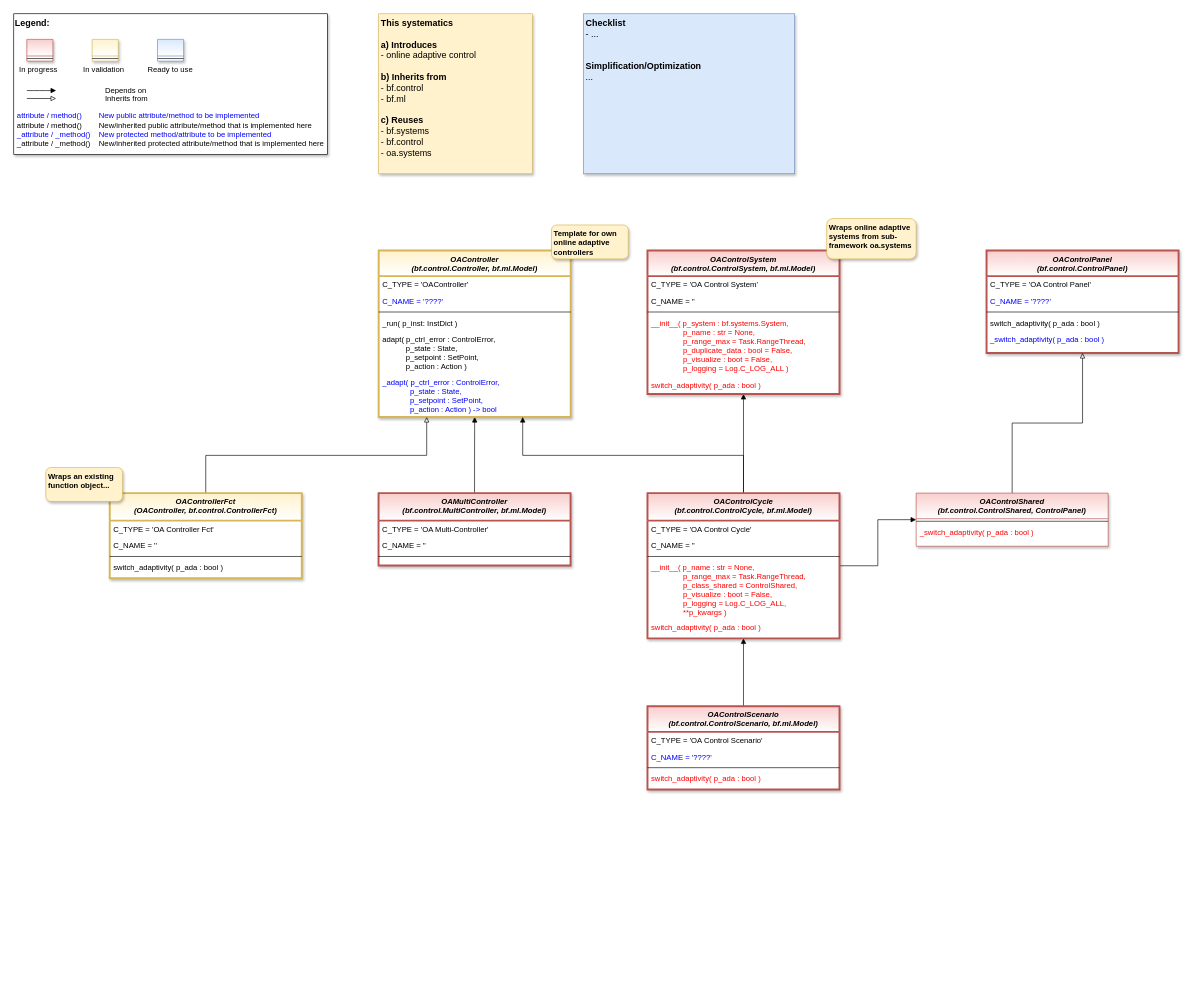
This is doc/rtd/content/99_appendices/appendix2/sub/core/mlpro_oa/control/images/MLPro-OA-Control_class_diagram.drawio from fhswf/MLPro, a draw.io file, before an edit. Source tidied: cells renumbered, new cells numbered last; positions are measured from the earlier drawing's top-left corner, leaving out a move shared by most shapes. Both pictures are drawn from the tidied source at 64%, with x=0, y=0 at pixel (13, 13).
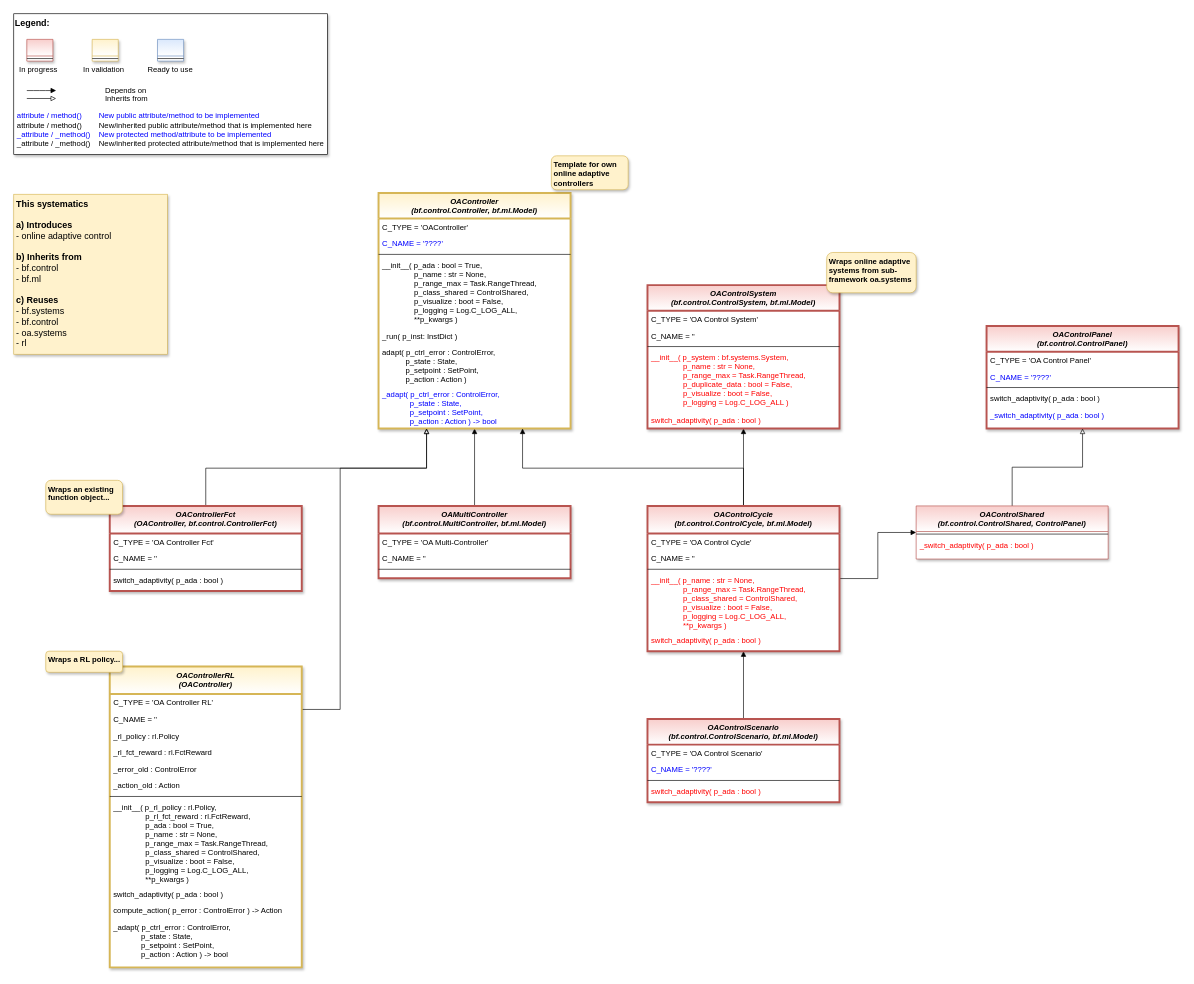
After the change.

Commit message (it also covers changes not shown here):
OA: Basics of online adaptive closed-loop control #1047

The edit, as a diff of the source:
```diff
@@
     <mxCell id="3" value="OAMultiController&#10;(bf.control.MultiController, bf.ml.Model)" style="swimlane;fontStyle=3;align=center;verticalAlign=top;horizontal=1;startSize=43;rounded=0;shadow=1;strokeWidth=3;fillColor=#f8cecc;strokeColor=#b85450;swimlaneFillColor=#ffffff;gradientColor=#FFFFFF;" parent="1" vertex="1">
-      <mxGeometry x="570" y="749" width="300" height="113" as="geometry" />
+      <mxGeometry x="570" y="769" width="300" height="113" as="geometry" />
     </mxCell>
@@
     <mxCell id="8" value="OAControlScenario &#10;(bf.control.ControlScenario, bf.ml.Model)" style="swimlane;fontStyle=3;align=center;verticalAlign=top;horizontal=1;startSize=40;rounded=0;shadow=1;strokeWidth=3;fillColor=#f8cecc;strokeColor=#b85450;swimlaneFillColor=#ffffff;gradientColor=#FFFFFF;" parent="1" vertex="1">
-      <mxGeometry x="990.2" y="1082" width="300" height="130" as="geometry" />
+      <mxGeometry x="990.2" y="1102" width="300" height="130" as="geometry" />
     </mxCell>
@@
     <mxCell id="13" value="OAController &#10;(bf.control.Controller, bf.ml.Model)" style="swimlane;fontStyle=3;align=center;verticalAlign=top;horizontal=1;startSize=40;rounded=0;shadow=1;strokeWidth=3;fillColor=#fff2cc;strokeColor=#d6b656;swimlaneFillColor=#ffffff;gradientColor=#FFFFFF;" parent="1" vertex="1">
-      <mxGeometry x="570.2" y="370" width="300" height="260" as="geometry" />
+      <mxGeometry x="570" y="280" width="300" height="368" as="geometry" />
     </mxCell>
@@
+    <mxCell id="65" value="__init__( p_ada : bool = True,&#10;               p_name : str = None,&#10;               p_range_max = Task.RangeThread,&#10;               p_class_shared = ControlShared,&#10;               p_visualize : boot = False,&#10;               p_logging = Log.C_LOG_ALL,&#10;               **p_kwargs )" style="text;align=left;verticalAlign=top;spacingLeft=4;spacingRight=4;overflow=hidden;fontColor=default;" parent="13" vertex="1">
+      <mxGeometry y="100" width="300" height="110" as="geometry" />
+    </mxCell>
     <mxCell id="17" value="_run( p_inst: InstDict )" style="text;align=left;verticalAlign=top;spacingLeft=4;spacingRight=4;overflow=hidden;fontColor=default;" parent="13" vertex="1">
-      <mxGeometry y="100" width="300" height="26" as="geometry" />
+      <mxGeometry y="210" width="300" height="26" as="geometry" />
     </mxCell>
     <mxCell id="18" value="adapt( p_ctrl_error : ControlError,&#10;           p_state : State,&#10;           p_setpoint : SetPoint,&#10;           p_action : Action )" style="text;align=left;verticalAlign=top;spacingLeft=4;spacingRight=4;overflow=hidden;fontColor=default;" parent="13" vertex="1">
-      <mxGeometry y="126" width="300" height="66" as="geometry" />
+      <mxGeometry y="236" width="300" height="66" as="geometry" />
     </mxCell>
     <mxCell id="19" value="_adapt( p_ctrl_error : ControlError,&#10;             p_state : State,&#10;             p_setpoint : SetPoint,&#10;             p_action : Action ) -&gt; bool" style="text;align=left;verticalAlign=top;spacingLeft=4;spacingRight=4;overflow=hidden;fontColor=#0000FF;" parent="13" vertex="1">
-      <mxGeometry y="192" width="300" height="66" as="geometry" />
+      <mxGeometry y="302" width="300" height="66" as="geometry" />
     </mxCell>
     <mxCell id="20" style="edgeStyle=orthogonalEdgeStyle;rounded=0;jettySize=auto;html=1;fontColor=#FF0000;endArrow=block;endFill=1;entryX=0.75;entryY=1;entryDx=0;entryDy=0;" parent="1" edge="1" source="23" target="13">
       <mxGeometry relative="1" as="geometry">
         <Array as="points">
-          <mxPoint x="1140" y="690" />
-          <mxPoint x="795" y="690" />
+          <mxPoint x="1140" y="710" />
+          <mxPoint x="795" y="710" />
         </Array>
       </mxGeometry>
     </mxCell>
@@
     <mxCell id="23" value="OAControlCycle &#10;(bf.control.ControlCycle, bf.ml.Model)" style="swimlane;fontStyle=3;align=center;verticalAlign=top;horizontal=1;startSize=43;rounded=0;shadow=1;strokeWidth=3;fillColor=#f8cecc;strokeColor=#b85450;swimlaneFillColor=#ffffff;gradientColor=#FFFFFF;" parent="1" vertex="1">
-      <mxGeometry x="990.2" y="749" width="300" height="227" as="geometry" />
+      <mxGeometry x="990.2" y="769" width="300" height="227" as="geometry" />
     </mxCell>
@@
     <mxCell id="29" value="&lt;b style=&quot;border-color: var(--border-color);&quot;&gt;Template for own online adaptive controllers&lt;/b&gt;" style="rounded=1;whiteSpace=wrap;html=1;align=left;spacingLeft=2;verticalAlign=top;fillColor=#fff2cc;strokeColor=#d6b656;gradientColor=none;shadow=1;" parent="1" vertex="1">
-      <mxGeometry x="840.2" y="330" width="120" height="53" as="geometry" />
+      <mxGeometry x="840" y="222" width="120" height="53" as="geometry" />
     </mxCell>
@@
-    <mxCell id="39" value="&lt;span style=&quot;border-color: var(--border-color); font-size: 14px;&quot;&gt;&lt;b style=&quot;font-size: 14px;&quot;&gt;This systematics&amp;nbsp;&lt;/b&gt;&lt;br style=&quot;font-size: 14px;&quot;&gt;&lt;br style=&quot;font-size: 14px;&quot;&gt;&lt;span style=&quot;font-size: 14px;&quot;&gt;&lt;b&gt;a) Introduces&lt;/b&gt;&lt;br&gt;- online adaptive control&lt;br&gt;&lt;br&gt;&lt;b&gt;b) Inherits from&lt;/b&gt;&lt;br style=&quot;font-size: 14px;&quot;&gt;&lt;/span&gt;- bf.control&lt;br style=&quot;font-size: 14px;&quot;&gt;- bf.ml&lt;br&gt;&lt;br style=&quot;font-size: 14px;&quot;&gt;&lt;b style=&quot;font-size: 14px;&quot;&gt;c) Reuses&lt;/b&gt;&lt;br style=&quot;font-size: 14px;&quot;&gt;- bf.systems&lt;br&gt;- bf.control&lt;br&gt;- oa.systems&lt;br style=&quot;font-size: 14px;&quot;&gt;&lt;br style=&quot;font-size: 14px;&quot;&gt;&lt;/span&gt;" style="rounded=0;whiteSpace=wrap;html=1;align=left;spacingLeft=2;verticalAlign=top;fillColor=#fff2cc;strokeColor=#d6b656;gradientColor=none;shadow=1;fontSize=14;" parent="1" vertex="1">
-      <mxGeometry x="570.2" width="240" height="250" as="geometry" />
+    <mxCell id="39" value="&lt;span style=&quot;border-color: var(--border-color); font-size: 14px;&quot;&gt;&lt;b style=&quot;font-size: 14px;&quot;&gt;This systematics&amp;nbsp;&lt;/b&gt;&lt;br style=&quot;font-size: 14px;&quot;&gt;&lt;br style=&quot;font-size: 14px;&quot;&gt;&lt;span style=&quot;font-size: 14px;&quot;&gt;&lt;b&gt;a) Introduces&lt;/b&gt;&lt;br&gt;- online adaptive control&lt;br&gt;&lt;br&gt;&lt;b&gt;b) Inherits from&lt;/b&gt;&lt;br style=&quot;font-size: 14px;&quot;&gt;&lt;/span&gt;- bf.control&lt;br style=&quot;font-size: 14px;&quot;&gt;- bf.ml&lt;br&gt;&lt;br style=&quot;font-size: 14px;&quot;&gt;&lt;b style=&quot;font-size: 14px;&quot;&gt;c) Reuses&lt;/b&gt;&lt;br style=&quot;font-size: 14px;&quot;&gt;- bf.systems&lt;br&gt;- bf.control&lt;br&gt;- oa.systems&lt;br style=&quot;font-size: 14px;&quot;&gt;- rl&lt;br style=&quot;font-size: 14px;&quot;&gt;&lt;/span&gt;" style="rounded=0;whiteSpace=wrap;html=1;align=left;spacingLeft=2;verticalAlign=top;fillColor=#fff2cc;strokeColor=#d6b656;gradientColor=none;shadow=1;fontSize=14;" parent="1" vertex="1">
+      <mxGeometry y="282" width="240" height="250" as="geometry" />
     </mxCell>
-    <mxCell id="40" value="&lt;span style=&quot;border-color: var(--border-color); font-size: 14px;&quot;&gt;&lt;b&gt;Checklist&lt;br&gt;&lt;/b&gt;- ...&lt;br&gt;&lt;br&gt;&lt;br&gt;&lt;b&gt;Simplification/Optimization&lt;/b&gt;&lt;br&gt;...&lt;br style=&quot;font-size: 14px;&quot;&gt;&lt;/span&gt;" style="rounded=0;whiteSpace=wrap;html=1;align=left;spacingLeft=2;verticalAlign=top;fillColor=#dae8fc;strokeColor=#6c8ebf;shadow=1;fontSize=14;" parent="1" vertex="1">
-      <mxGeometry x="890.2" width="330" height="250" as="geometry" />
-    </mxCell>
     <mxCell id="41" value="OAControlSystem &#10;(bf.control.ControlSystem, bf.ml.Model)" style="swimlane;fontStyle=3;align=center;verticalAlign=top;horizontal=1;startSize=40;rounded=0;shadow=1;strokeWidth=3;fillColor=#f8cecc;strokeColor=#b85450;swimlaneFillColor=#ffffff;gradientColor=#FFFFFF;" parent="1" vertex="1">
-      <mxGeometry x="990.2" y="370" width="300" height="224" as="geometry" />
+      <mxGeometry x="990.2" y="424" width="300" height="224" as="geometry" />
     </mxCell>
@@
     <mxCell id="47" value="&lt;b style=&quot;border-color: var(--border-color);&quot;&gt;Wraps online adaptive systems from sub-framework oa.systems&lt;br&gt;&lt;/b&gt;" style="rounded=1;whiteSpace=wrap;html=1;align=left;spacingLeft=2;verticalAlign=top;fillColor=#fff2cc;strokeColor=#d6b656;gradientColor=none;shadow=1;" parent="1" vertex="1">
-      <mxGeometry x="1270.2" y="320" width="139.8" height="63" as="geometry" />
+      <mxGeometry x="1270.2" y="373" width="139.8" height="63" as="geometry" />
     </mxCell>
     <mxCell id="48" style="edgeStyle=orthogonalEdgeStyle;rounded=0;jettySize=auto;html=1;fontColor=default;endArrow=block;endFill=0;entryX=0.25;entryY=1;entryDx=0;entryDy=0;" parent="1" edge="1" source="49" target="13">
       <mxGeometry relative="1" as="geometry">
         <Array as="points">
-          <mxPoint x="300" y="690" />
-          <mxPoint x="645" y="690" />
+          <mxPoint x="300" y="710" />
+          <mxPoint x="645" y="710" />
         </Array>
       </mxGeometry>
     </mxCell>
-    <mxCell id="49" value="OAControllerFct &#10;(OAController, bf.control.ControllerFct)" style="swimlane;fontStyle=3;align=center;verticalAlign=top;horizontal=1;startSize=43;rounded=0;shadow=1;strokeWidth=3;fillColor=#fff2cc;strokeColor=#d6b656;swimlaneFillColor=#ffffff;gradientColor=#FFFFFF;" parent="1" vertex="1">
-      <mxGeometry x="150" y="749" width="300" height="133" as="geometry" />
+    <mxCell id="49" value="OAControllerFct &#10;(OAController, bf.control.ControllerFct)" style="swimlane;fontStyle=3;align=center;verticalAlign=top;horizontal=1;startSize=43;rounded=0;shadow=1;strokeWidth=3;fillColor=#f8cecc;strokeColor=#b85450;swimlaneFillColor=#ffffff;gradientColor=#FFFFFF;" parent="1" vertex="1">
+      <mxGeometry x="150" y="769" width="300" height="133" as="geometry" />
     </mxCell>
@@
     <mxCell id="54" value="&lt;b style=&quot;border-color: var(--border-color);&quot;&gt;Wraps an existing function object...&lt;/b&gt;" style="rounded=1;whiteSpace=wrap;html=1;align=left;spacingLeft=2;verticalAlign=top;fillColor=#fff2cc;strokeColor=#d6b656;gradientColor=none;shadow=1;" parent="1" vertex="1">
-      <mxGeometry x="50" y="709" width="120" height="53" as="geometry" />
+      <mxGeometry x="50" y="729" width="120" height="53" as="geometry" />
     </mxCell>
     <mxCell id="55" value="OAControlPanel&#10;(bf.control.ControlPanel)" style="swimlane;fontStyle=3;align=center;verticalAlign=top;horizontal=1;startSize=40;rounded=0;shadow=1;strokeWidth=3;fillColor=#f8cecc;strokeColor=#b85450;swimlaneFillColor=#ffffff;gradientColor=#FFFFFF;" parent="1" vertex="1">
-      <mxGeometry x="1520" y="370" width="300" height="160" as="geometry" />
+      <mxGeometry x="1520" y="488" width="300" height="160" as="geometry" />
     </mxCell>
@@
     <mxCell id="62" value="OAControlShared &#10;(bf.control.ControlShared, ControlPanel)" style="swimlane;fontStyle=3;align=center;verticalAlign=top;horizontal=1;startSize=40;rounded=0;shadow=1;strokeWidth=1;fillColor=#f8cecc;strokeColor=#b85450;swimlaneFillColor=#ffffff;gradientColor=#FFFFFF;" parent="1" vertex="1">
-      <mxGeometry x="1410" y="749" width="300" height="83" as="geometry" />
+      <mxGeometry x="1410" y="769" width="300" height="83" as="geometry" />
     </mxCell>
@@
+    <mxCell id="66" style="edgeStyle=orthogonalEdgeStyle;rounded=0;jettySize=auto;html=1;entryX=0.25;entryY=1;entryDx=0;entryDy=0;endArrow=block;endFill=0;" parent="1" edge="1" source="67" target="13">
+      <mxGeometry relative="1" as="geometry">
+        <Array as="points">
+          <mxPoint x="510" y="1087" />
+          <mxPoint x="510" y="710" />
+          <mxPoint x="645" y="710" />
+        </Array>
+      </mxGeometry>
+    </mxCell>
+    <mxCell id="67" value="OAControllerRL&#10;(OAController)" style="swimlane;fontStyle=3;align=center;verticalAlign=top;horizontal=1;startSize=43;rounded=0;shadow=1;strokeWidth=3;fillColor=#fff2cc;strokeColor=#d6b656;swimlaneFillColor=#ffffff;gradientColor=#FFFFFF;" parent="1" vertex="1">
+      <mxGeometry x="150" y="1020" width="300" height="470" as="geometry" />
+    </mxCell>
+    <mxCell id="68" value="C_TYPE = 'OA Controller RL'" style="text;align=left;verticalAlign=top;spacingLeft=4;spacingRight=4;overflow=hidden;fontColor=default;" parent="67" vertex="1">
+      <mxGeometry y="43" width="300" height="26" as="geometry" />
+    </mxCell>
+    <mxCell id="69" value="C_NAME = ''" style="text;align=left;verticalAlign=top;spacingLeft=4;spacingRight=4;overflow=hidden;fontColor=default;" parent="67" vertex="1">
+      <mxGeometry y="69" width="300" height="26" as="geometry" />
+    </mxCell>
+    <mxCell id="70" value="_rl_policy : rl.Policy" style="text;align=left;verticalAlign=top;spacingLeft=4;spacingRight=4;overflow=hidden;fontColor=default;" parent="67" vertex="1">
+      <mxGeometry y="95" width="300" height="26" as="geometry" />
+    </mxCell>
+    <mxCell id="71" value="_rl_fct_reward : rl.FctReward" style="text;align=left;verticalAlign=top;spacingLeft=4;spacingRight=4;overflow=hidden;fontColor=default;" parent="67" vertex="1">
+      <mxGeometry y="121" width="300" height="26" as="geometry" />
+    </mxCell>
+    <mxCell id="72" value="_error_old : ControlError" style="text;align=left;verticalAlign=top;spacingLeft=4;spacingRight=4;overflow=hidden;fontColor=default;" parent="67" vertex="1">
+      <mxGeometry y="147" width="300" height="26" as="geometry" />
+    </mxCell>
+    <mxCell id="73" value="_action_old : Action" style="text;align=left;verticalAlign=top;spacingLeft=4;spacingRight=4;overflow=hidden;fontColor=default;" parent="67" vertex="1">
+      <mxGeometry y="173" width="300" height="26" as="geometry" />
+    </mxCell>
+    <mxCell id="74" style="line;html=1;strokeWidth=1;align=left;verticalAlign=middle;spacingTop=-1;spacingLeft=3;spacingRight=3;labelPosition=right;" parent="67" vertex="1">
+      <mxGeometry y="199" width="300" height="8" as="geometry" />
+    </mxCell>
+    <mxCell id="75" value="__init__( p_rl_policy : rl.Policy,&#10;               p_rl_fct_reward : rl.FctReward,&#10;               p_ada : bool = True,&#10;               p_name : str = None,&#10;               p_range_max = Task.RangeThread,&#10;               p_class_shared = ControlShared,&#10;               p_visualize : boot = False,&#10;               p_logging = Log.C_LOG_ALL,&#10;               **p_kwargs )" style="text;align=left;verticalAlign=top;spacingLeft=4;spacingRight=4;overflow=hidden;fontColor=default;" parent="67" vertex="1">
+      <mxGeometry y="207" width="300" height="135" as="geometry" />
+    </mxCell>
+    <mxCell id="76" value="switch_adaptivity( p_ada : bool )" style="text;align=left;verticalAlign=top;spacingLeft=4;spacingRight=4;overflow=hidden;fontColor=default;" parent="67" vertex="1">
+      <mxGeometry y="342" width="300" height="26" as="geometry" />
+    </mxCell>
+    <mxCell id="77" value="compute_action( p_error : ControlError ) -&gt; Action" style="text;align=left;verticalAlign=top;spacingLeft=4;spacingRight=4;overflow=hidden;fontColor=default;" parent="67" vertex="1">
+      <mxGeometry y="368" width="300" height="26" as="geometry" />
+    </mxCell>
+    <mxCell id="78" value="_adapt( p_ctrl_error : ControlError,&#10;             p_state : State,&#10;             p_setpoint : SetPoint,&#10;             p_action : Action ) -&gt; bool" style="text;align=left;verticalAlign=top;spacingLeft=4;spacingRight=4;overflow=hidden;fontColor=default;" parent="67" vertex="1">
+      <mxGeometry y="394" width="300" height="66" as="geometry" />
+    </mxCell>
+    <mxCell id="79" value="&lt;b style=&quot;border-color: var(--border-color);&quot;&gt;Wraps a RL policy...&lt;/b&gt;" style="rounded=1;whiteSpace=wrap;html=1;align=left;spacingLeft=2;verticalAlign=top;fillColor=#fff2cc;strokeColor=#d6b656;gradientColor=none;shadow=1;" parent="1" vertex="1">
+      <mxGeometry x="50" y="996" width="120" height="33" as="geometry" />
+    </mxCell>
```
